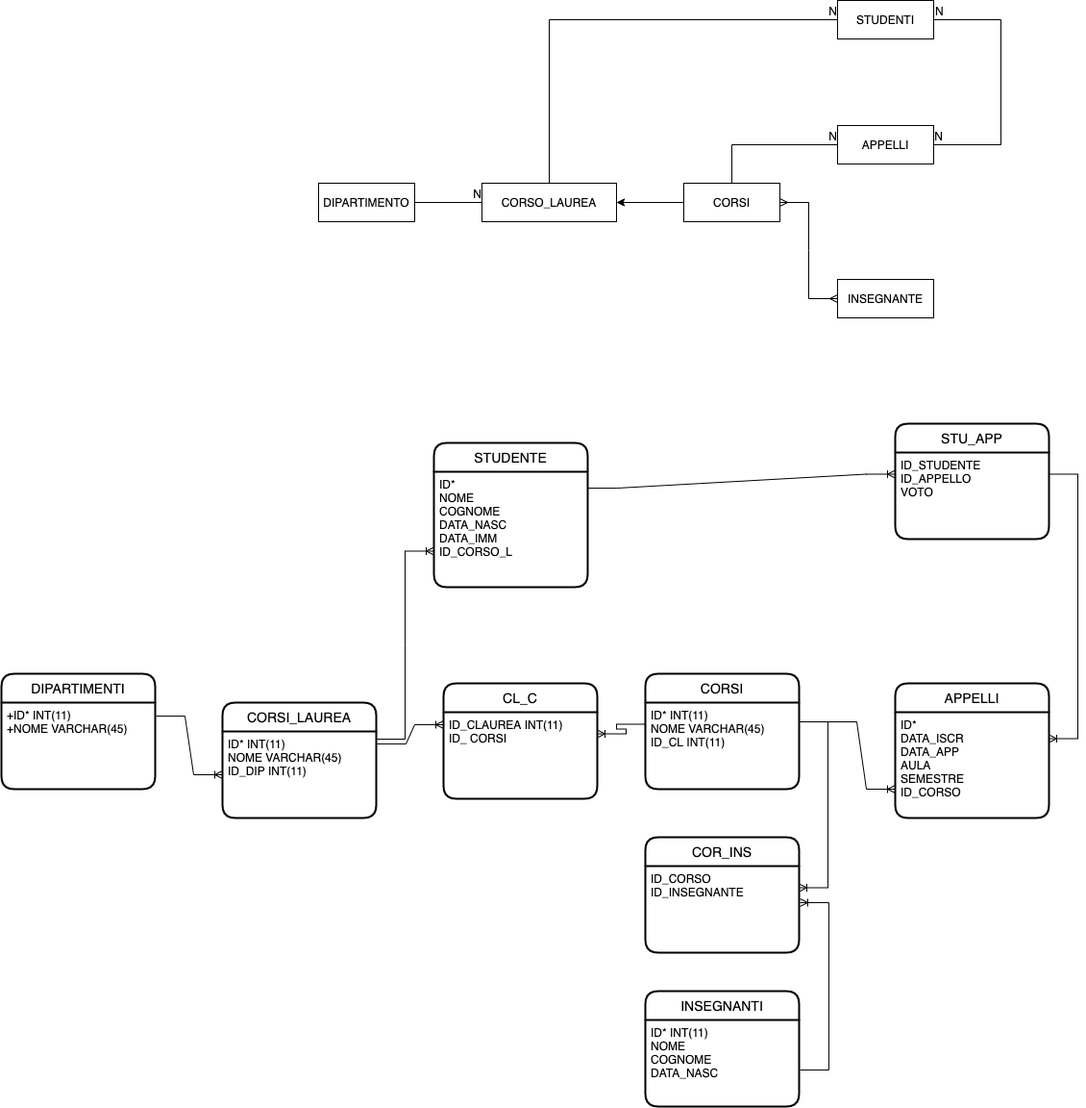
The draw.io diagram db-university.png in templarec/db-university, before a commit. Source tidied: cells renumbered, new cells last; positions are measured from the earlier drawing's top-left corner, leaving out a move shared by most shapes.
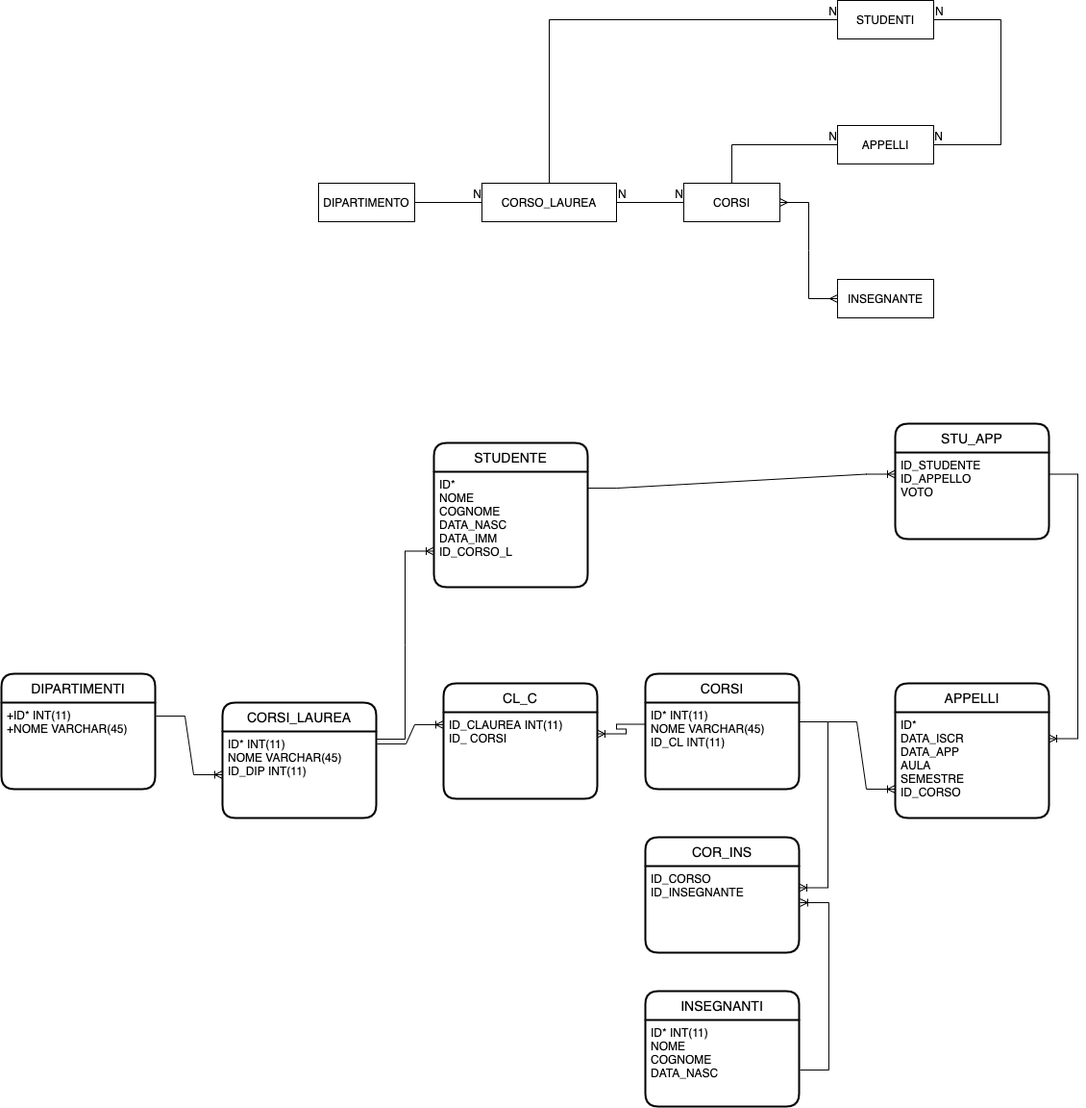
After the commit.

The edit, as a diff of the source:
```diff
@@ -94,9 +94,6 @@
     <mxCell id="30" value="CORSO_LAUREA" style="whiteSpace=wrap;html=1;align=center;" parent="1" vertex="1">
       <mxGeometry x="500" y="190" width="140" height="40" as="geometry" />
     </mxCell>
-    <mxCell id="31" style="edgeStyle=orthogonalEdgeStyle;rounded=0;jettySize=auto;html=1;" parent="1" edge="1" source="32" target="30">
-      <mxGeometry relative="1" as="geometry" />
-    </mxCell>
     <mxCell id="32" value="CORSI" style="whiteSpace=wrap;html=1;align=center;" parent="1" vertex="1">
       <mxGeometry x="710" y="190" width="100" height="40" as="geometry" />
     </mxCell>
@@ -146,5 +143,14 @@
     <mxCell id="45" value="N" style="html=1;align=right;verticalAlign=bottom;" parent="44" vertex="1">
       <mxGeometry x="1" relative="1" as="geometry" />
     </mxCell>
+    <mxCell id="46" style="endArrow=none;html=1;rounded=0;edgeStyle=orthogonalEdgeStyle;exitX=1;exitY=0.5;exitDx=0;exitDy=0;entryX=0;entryY=0.5;entryDx=0;entryDy=0;" parent="1" edge="1" source="30" target="32">
+      <mxGeometry relative="1" as="geometry" />
+    </mxCell>
+    <mxCell id="47" value="N" style="html=1;align=left;verticalAlign=bottom;" parent="46" vertex="1">
+      <mxGeometry x="-1" relative="1" as="geometry" />
+    </mxCell>
+    <mxCell id="48" value="N" style="html=1;align=right;verticalAlign=bottom;" parent="46" vertex="1">
+      <mxGeometry x="1" relative="1" as="geometry" />
+    </mxCell>
   </root>
 </mxGraphModel>
```
